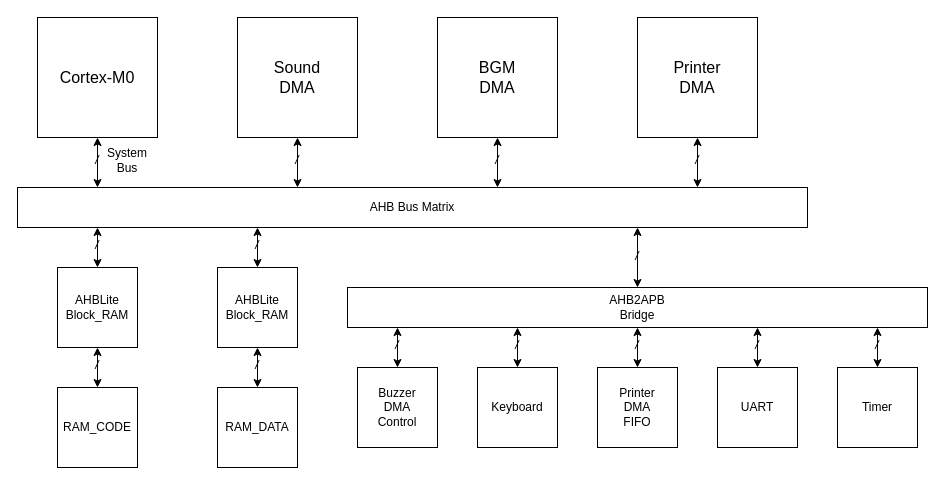
brsf11/RealTank2021 keeps this draw.io diagram as HardwareARC.drawio. Above is the earlier version. Source tidied: cells renumbered, new cells numbered last; positions are measured from the earlier drawing's top-left corner, leaving out a move shared by most shapes. Both pictures are drawn from the tidied source at 100%, with x=0, y=0 at pixel (17, 17).
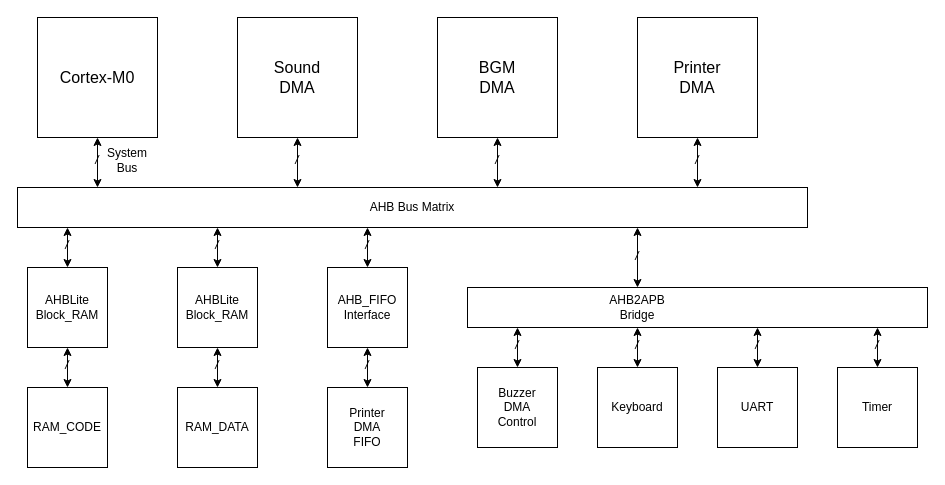
The same diagram, later.

Change to the diagram source:
```diff
@@
     <mxCell id="17" style="rounded=0;whiteSpace=wrap;html=1;" parent="1" vertex="1">
-      <mxGeometry x="40" y="250" width="80" height="80" as="geometry" />
+      <mxGeometry x="10" y="250" width="80" height="80" as="geometry" />
     </mxCell>
     <mxCell id="18" style="endArrow=classic;startArrow=classic;html=1;" parent="1" edge="1">
       <mxGeometry relative="1" as="geometry">
-        <mxPoint x="80" y="250" as="sourcePoint" />
-        <mxPoint x="80" y="210" as="targetPoint" />
+        <mxPoint x="50" y="250" as="sourcePoint" />
+        <mxPoint x="50" y="210" as="targetPoint" />
       </mxGeometry>
     </mxCell>
     <mxCell id="19" value="/" style="text;html=1;strokeColor=none;fillColor=none;align=center;verticalAlign=middle;whiteSpace=wrap;rounded=0;fontStyle=2;" parent="1" vertex="1">
-      <mxGeometry x="60" y="218" width="40" height="20" as="geometry" />
+      <mxGeometry x="30" y="218" width="40" height="20" as="geometry" />
     </mxCell>
     <mxCell id="20" value="AHBLite&lt;br&gt;Block_RAM" style="text;html=1;strokeColor=none;fillColor=none;align=center;verticalAlign=middle;whiteSpace=wrap;rounded=0;" parent="1" vertex="1">
-      <mxGeometry x="60" y="280" width="40" height="20" as="geometry" />
+      <mxGeometry x="30" y="280" width="40" height="20" as="geometry" />
     </mxCell>
     <mxCell id="21" style="rounded=0;whiteSpace=wrap;html=1;" parent="1" vertex="1">
-      <mxGeometry x="40" y="370" width="80" height="80" as="geometry" />
+      <mxGeometry x="10" y="370" width="80" height="80" as="geometry" />
     </mxCell>
     <mxCell id="22" style="endArrow=classic;startArrow=classic;html=1;" parent="1" edge="1">
       <mxGeometry relative="1" as="geometry">
-        <mxPoint x="80" y="370" as="sourcePoint" />
-        <mxPoint x="80" y="330" as="targetPoint" />
+        <mxPoint x="50" y="370" as="sourcePoint" />
+        <mxPoint x="50" y="330" as="targetPoint" />
       </mxGeometry>
     </mxCell>
     <mxCell id="23" value="/" style="text;html=1;strokeColor=none;fillColor=none;align=center;verticalAlign=middle;whiteSpace=wrap;rounded=0;fontStyle=2;" parent="1" vertex="1">
-      <mxGeometry x="60" y="338" width="40" height="20" as="geometry" />
+      <mxGeometry x="30" y="338" width="40" height="20" as="geometry" />
     </mxCell>
     <mxCell id="24" value="RAM_CODE" style="text;html=1;strokeColor=none;fillColor=none;align=center;verticalAlign=middle;whiteSpace=wrap;rounded=0;dashed=1;" parent="1" vertex="1">
-      <mxGeometry x="60" y="400" width="40" height="20" as="geometry" />
+      <mxGeometry x="30" y="400" width="40" height="20" as="geometry" />
     </mxCell>
     <mxCell id="25" style="rounded=0;whiteSpace=wrap;html=1;" parent="1" vertex="1">
-      <mxGeometry x="200" y="250" width="80" height="80" as="geometry" />
+      <mxGeometry x="160" y="250" width="80" height="80" as="geometry" />
     </mxCell>
     <mxCell id="26" style="endArrow=classic;startArrow=classic;html=1;" parent="1" edge="1">
       <mxGeometry relative="1" as="geometry">
-        <mxPoint x="240" y="250" as="sourcePoint" />
-        <mxPoint x="240" y="210" as="targetPoint" />
+        <mxPoint x="200" y="250" as="sourcePoint" />
+        <mxPoint x="200" y="210" as="targetPoint" />
       </mxGeometry>
     </mxCell>
     <mxCell id="27" value="/" style="text;html=1;strokeColor=none;fillColor=none;align=center;verticalAlign=middle;whiteSpace=wrap;rounded=0;fontStyle=2;" parent="1" vertex="1">
-      <mxGeometry x="220" y="218" width="40" height="20" as="geometry" />
+      <mxGeometry x="180" y="218" width="40" height="20" as="geometry" />
     </mxCell>
     <mxCell id="28" value="AHBLite&lt;br&gt;Block_RAM" style="text;html=1;strokeColor=none;fillColor=none;align=center;verticalAlign=middle;whiteSpace=wrap;rounded=0;" parent="1" vertex="1">
-      <mxGeometry x="220" y="280" width="40" height="20" as="geometry" />
+      <mxGeometry x="180" y="280" width="40" height="20" as="geometry" />
     </mxCell>
     <mxCell id="29" style="rounded=0;whiteSpace=wrap;html=1;" parent="1" vertex="1">
-      <mxGeometry x="200" y="370" width="80" height="80" as="geometry" />
+      <mxGeometry x="160" y="370" width="80" height="80" as="geometry" />
     </mxCell>
     <mxCell id="30" style="endArrow=classic;startArrow=classic;html=1;" parent="1" edge="1">
       <mxGeometry relative="1" as="geometry">
-        <mxPoint x="240" y="370" as="sourcePoint" />
-        <mxPoint x="240" y="330" as="targetPoint" />
+        <mxPoint x="200" y="370" as="sourcePoint" />
+        <mxPoint x="200" y="330" as="targetPoint" />
       </mxGeometry>
     </mxCell>
     <mxCell id="31" value="/" style="text;html=1;strokeColor=none;fillColor=none;align=center;verticalAlign=middle;whiteSpace=wrap;rounded=0;fontStyle=2;" parent="1" vertex="1">
-      <mxGeometry x="220" y="338" width="40" height="20" as="geometry" />
+      <mxGeometry x="180" y="338" width="40" height="20" as="geometry" />
     </mxCell>
     <mxCell id="32" value="RAM_DATA" style="text;html=1;strokeColor=none;fillColor=none;align=center;verticalAlign=middle;whiteSpace=wrap;rounded=0;dashed=1;" parent="1" vertex="1">
-      <mxGeometry x="220" y="400" width="40" height="20" as="geometry" />
+      <mxGeometry x="180" y="400" width="40" height="20" as="geometry" />
     </mxCell>
     <mxCell id="33" style="rounded=0;whiteSpace=wrap;html=1;" parent="1" vertex="1">
-      <mxGeometry x="330" y="270" width="580" height="40" as="geometry" />
+      <mxGeometry x="450" y="270" width="460" height="40" as="geometry" />
     </mxCell>
@@
     <mxCell id="37" style="rounded=0;whiteSpace=wrap;html=1;" parent="1" vertex="1">
-      <mxGeometry x="340" y="350" width="80" height="80" as="geometry" />
+      <mxGeometry x="460" y="350" width="80" height="80" as="geometry" />
     </mxCell>
     <mxCell id="38" style="endArrow=classic;startArrow=classic;html=1;" parent="1" edge="1">
       <mxGeometry relative="1" as="geometry">
-        <mxPoint x="380" y="350" as="sourcePoint" />
-        <mxPoint x="380" y="310" as="targetPoint" />
+        <mxPoint x="500" y="350" as="sourcePoint" />
+        <mxPoint x="500" y="310" as="targetPoint" />
       </mxGeometry>
     </mxCell>
     <mxCell id="39" value="/" style="text;html=1;strokeColor=none;fillColor=none;align=center;verticalAlign=middle;whiteSpace=wrap;rounded=0;fontStyle=2;" parent="1" vertex="1">
-      <mxGeometry x="360" y="318" width="40" height="20" as="geometry" />
+      <mxGeometry x="480" y="318" width="40" height="20" as="geometry" />
     </mxCell>
     <mxCell id="40" value="Buzzer&lt;br&gt;DMA&lt;br&gt;Control" style="text;html=1;strokeColor=none;fillColor=none;align=center;verticalAlign=middle;whiteSpace=wrap;rounded=0;dashed=1;" parent="1" vertex="1">
-      <mxGeometry x="360" y="380" width="40" height="20" as="geometry" />
+      <mxGeometry x="480" y="380" width="40" height="20" as="geometry" />
     </mxCell>
     <mxCell id="41" style="rounded=0;whiteSpace=wrap;html=1;" parent="1" vertex="1">
-      <mxGeometry x="460" y="350" width="80" height="80" as="geometry" />
+      <mxGeometry x="580" y="350" width="80" height="80" as="geometry" />
     </mxCell>
     <mxCell id="42" style="endArrow=classic;startArrow=classic;html=1;" parent="1" edge="1">
       <mxGeometry relative="1" as="geometry">
-        <mxPoint x="500" y="350" as="sourcePoint" />
-        <mxPoint x="500" y="310" as="targetPoint" />
+        <mxPoint x="620" y="350" as="sourcePoint" />
+        <mxPoint x="620" y="310" as="targetPoint" />
       </mxGeometry>
     </mxCell>
     <mxCell id="43" value="/" style="text;html=1;strokeColor=none;fillColor=none;align=center;verticalAlign=middle;whiteSpace=wrap;rounded=0;fontStyle=2;" parent="1" vertex="1">
-      <mxGeometry x="480" y="318" width="40" height="20" as="geometry" />
+      <mxGeometry x="600" y="318" width="40" height="20" as="geometry" />
     </mxCell>
     <mxCell id="44" value="Keyboard" style="text;html=1;strokeColor=none;fillColor=none;align=center;verticalAlign=middle;whiteSpace=wrap;rounded=0;dashed=1;" parent="1" vertex="1">
-      <mxGeometry x="480" y="380" width="40" height="20" as="geometry" />
+      <mxGeometry x="600" y="380" width="40" height="20" as="geometry" />
     </mxCell>
@@
     <mxCell id="49" style="rounded=0;whiteSpace=wrap;html=1;" parent="1" vertex="1">
-      <mxGeometry x="580" y="350" width="80" height="80" as="geometry" />
+      <mxGeometry x="310" y="370" width="80" height="80" as="geometry" />
     </mxCell>
     <mxCell id="50" style="endArrow=classic;startArrow=classic;html=1;" parent="1" edge="1">
       <mxGeometry relative="1" as="geometry">
-        <mxPoint x="620" y="350" as="sourcePoint" />
-        <mxPoint x="620" y="310" as="targetPoint" />
+        <mxPoint x="350" y="370" as="sourcePoint" />
+        <mxPoint x="350" y="330" as="targetPoint" />
       </mxGeometry>
     </mxCell>
     <mxCell id="51" value="/" style="text;html=1;strokeColor=none;fillColor=none;align=center;verticalAlign=middle;whiteSpace=wrap;rounded=0;fontStyle=2;" parent="1" vertex="1">
-      <mxGeometry x="600" y="318" width="40" height="20" as="geometry" />
+      <mxGeometry x="330" y="338" width="40" height="20" as="geometry" />
     </mxCell>
     <mxCell id="52" value="Printer&lt;br&gt;DMA&lt;br&gt;FIFO" style="text;html=1;strokeColor=none;fillColor=none;align=center;verticalAlign=middle;whiteSpace=wrap;rounded=0;dashed=1;" parent="1" vertex="1">
-      <mxGeometry x="600" y="380" width="40" height="20" as="geometry" />
+      <mxGeometry x="330" y="400" width="40" height="20" as="geometry" />
     </mxCell>
@@
+    <mxCell id="61" style="rounded=0;whiteSpace=wrap;html=1;" parent="1" vertex="1">
+      <mxGeometry x="310" y="250" width="80" height="80" as="geometry" />
+    </mxCell>
+    <mxCell id="62" style="endArrow=classic;startArrow=classic;html=1;" parent="1" edge="1">
+      <mxGeometry relative="1" as="geometry">
+        <mxPoint x="350" y="250" as="sourcePoint" />
+        <mxPoint x="350" y="210" as="targetPoint" />
+      </mxGeometry>
+    </mxCell>
+    <mxCell id="63" value="/" style="text;html=1;strokeColor=none;fillColor=none;align=center;verticalAlign=middle;whiteSpace=wrap;rounded=0;fontStyle=2;" parent="1" vertex="1">
+      <mxGeometry x="330" y="218" width="40" height="20" as="geometry" />
+    </mxCell>
+    <mxCell id="64" value="AHB_FIFO&lt;br&gt;Interface" style="text;html=1;strokeColor=none;fillColor=none;align=center;verticalAlign=middle;whiteSpace=wrap;rounded=0;dashed=1;" parent="1" vertex="1">
+      <mxGeometry x="330" y="280" width="40" height="20" as="geometry" />
+    </mxCell>
```
